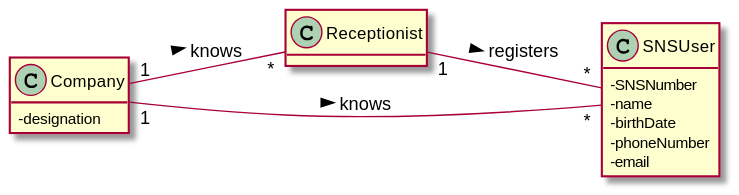
miseEnPlace-i/lapr2 keeps this PlantUML diagram as docs/SprintB/US03/DM/US03_DM.svg. Above is the earlier version.
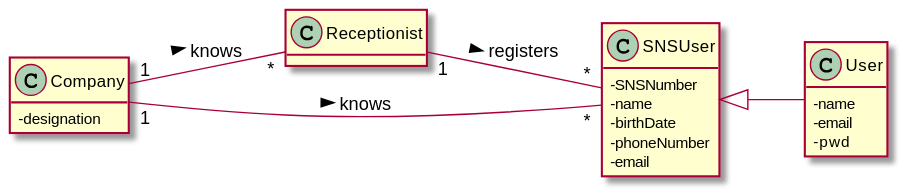
After the commit.

What changed in the source:
```diff
@@ -1,28 +1,32 @@
-@startuml
+@startuml Domain Model
 hide methods
 left to right direction
 skinparam classAttributeIconSize 0
-
 
 class Receptionist {
 }
 
 class SNSUser {
-  -SNSNumber
-  -name
-  -birthDate
-  -phoneNumber
-  -email
+  - SNSNumber
+  - name
+  - birthDate
+  - phoneNumber
+  - email
 }
 
 class Company {
-  -designation
+  - designation
+}
+
+class User {
+  - name
+  - email
+  - pwd
 }
 
 Receptionist "1" -- "*" SNSUser : registers >
 Company "1" -- "*" Receptionist : knows >
 Company "1" -- "*" SNSUser : knows >
-
-
+SNSUser <|-- User
 
 @enduml
```
